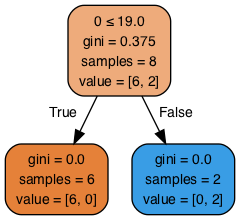
This is fpl/ratingDCTree.png from shriaithal/applied-machine-learning, a Graphviz export, as it was before one commit. Its source is kept beside it as fpl/ratingDCTree.dot. Source of this version:
```dot
digraph Tree {
node [shape=box, style="filled, rounded", color="black", fontname=helvetica] ;
edge [fontname=helvetica] ;
0 [label=<0 &le; 19.0<br/>gini = 0.375<br/>samples = 8<br/>value = [6, 2]>, fillcolor="#e58139aa"] ;
1 [label=<gini = 0.0<br/>samples = 6<br/>value = [6, 0]>, fillcolor="#e58139ff"] ;
0 -> 1 [labeldistance=2.5, labelangle=45, headlabel="True"] ;
2 [label=<gini = 0.0<br/>samples = 2<br/>value = [0, 2]>, fillcolor="#399de5ff"] ;
0 -> 2 [labeldistance=2.5, labelangle=-45, headlabel="False"] ;
}
```
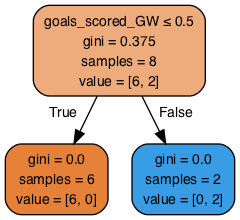
The same diagram one commit later.

Diff of the diagram source:
```diff
@@ -1,7 +1,7 @@
 digraph Tree {
 node [shape=box, style="filled, rounded", color="black", fontname=helvetica] ;
 edge [fontname=helvetica] ;
-0 [label=<0 &le; 19.0<br/>gini = 0.375<br/>samples = 8<br/>value = [6, 2]>, fillcolor="#e58139aa"] ;
+0 [label=<goals_scored_GW &le; 0.5<br/>gini = 0.375<br/>samples = 8<br/>value = [6, 2]>, fillcolor="#e58139aa"] ;
 1 [label=<gini = 0.0<br/>samples = 6<br/>value = [6, 0]>, fillcolor="#e58139ff"] ;
 0 -> 1 [labeldistance=2.5, labelangle=45, headlabel="True"] ;
 2 [label=<gini = 0.0<br/>samples = 2<br/>value = [0, 2]>, fillcolor="#399de5ff"] ;
```
